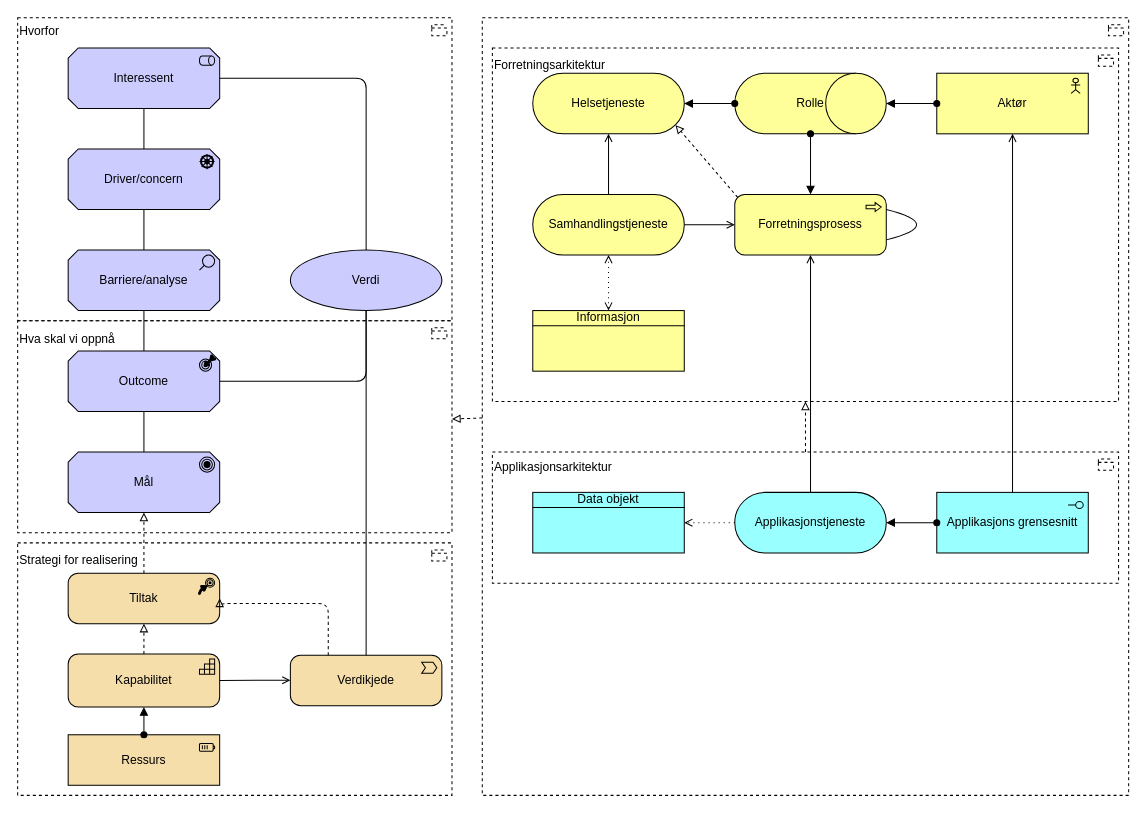
The draw.io diagram page "arkitekturmotivasjon" (1 of 2) of docs/why/arkitektur-motivasjon.drawio in hdir/Digital-Forstelinje, before the edit. Source tidied: cells renumbered, new cells numbered last; positions are measured from the earlier drawing's top-left corner, leaving out a move shared by most shapes. Both pictures are drawn from the tidied source at 101%, with x=0, y=0 at pixel (17, 17).
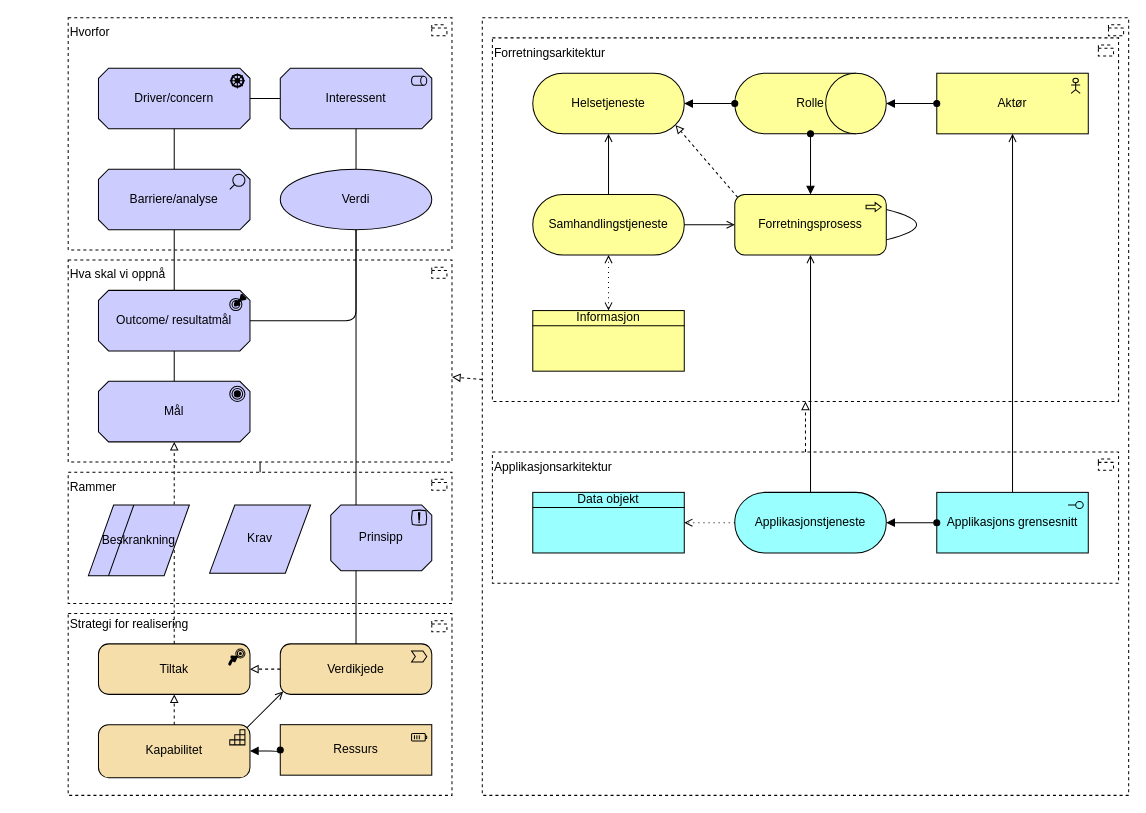
Above is the later version.

Diff of the diagram source:
```diff
@@
-    <mxCell id="3" value="&lt;div&gt;Forretningsarkitektur&lt;/div&gt;&lt;div&gt;&lt;br&gt;&lt;/div&gt;&lt;div&gt;&lt;br&gt;&lt;/div&gt;&lt;div&gt;&lt;br&gt;&lt;/div&gt;&lt;div&gt;&lt;br&gt;&lt;/div&gt;&lt;div&gt;&lt;br&gt;&lt;/div&gt;&lt;div&gt;&lt;br&gt;&lt;/div&gt;&lt;div&gt;&lt;br&gt;&lt;/div&gt;&lt;div&gt;&lt;br&gt;&lt;/div&gt;&lt;div&gt;&lt;br&gt;&lt;/div&gt;&lt;div&gt;&lt;br&gt;&lt;/div&gt;&lt;div&gt;&lt;br&gt;&lt;/div&gt;&lt;div&gt;&lt;br&gt;&lt;/div&gt;&lt;div&gt;&lt;br&gt;&lt;/div&gt;&lt;div&gt;&lt;br&gt;&lt;/div&gt;&lt;div&gt;&lt;br&gt;&lt;/div&gt;&lt;div&gt;&lt;br&gt;&lt;/div&gt;&lt;div&gt;&lt;br&gt;&lt;/div&gt;&lt;div&gt;&lt;br&gt;&lt;/div&gt;&lt;div&gt;&lt;br&gt;&lt;/div&gt;&lt;div&gt;&lt;br&gt;&lt;/div&gt;&lt;div&gt;&lt;br&gt;&lt;/div&gt;&lt;div&gt;&lt;br&gt;&lt;/div&gt;" style="html=1;outlineConnect=0;whiteSpace=wrap;shape=mxgraph.archimate3.application;appType=grouping;archiType=square;dashed=1;fillColor=none;align=left;" parent="1" vertex="1">
-      <mxGeometry x="470" y="30" width="620" height="350" as="geometry" />
+    <mxCell id="3" value="&lt;div&gt;Forretningsarkitektur&lt;/div&gt;&lt;div&gt;&lt;br&gt;&lt;/div&gt;&lt;div&gt;&lt;br&gt;&lt;/div&gt;&lt;div&gt;&lt;br&gt;&lt;/div&gt;&lt;div&gt;&lt;br&gt;&lt;/div&gt;&lt;div&gt;&lt;br&gt;&lt;/div&gt;&lt;div&gt;&lt;br&gt;&lt;/div&gt;&lt;div&gt;&lt;br&gt;&lt;/div&gt;&lt;div&gt;&lt;br&gt;&lt;/div&gt;&lt;div&gt;&lt;br&gt;&lt;/div&gt;&lt;div&gt;&lt;br&gt;&lt;/div&gt;&lt;div&gt;&lt;br&gt;&lt;/div&gt;&lt;div&gt;&lt;br&gt;&lt;/div&gt;&lt;div&gt;&lt;br&gt;&lt;/div&gt;&lt;div&gt;&lt;br&gt;&lt;/div&gt;&lt;div&gt;&lt;br&gt;&lt;/div&gt;&lt;div&gt;&lt;br&gt;&lt;/div&gt;&lt;div&gt;&lt;br&gt;&lt;/div&gt;&lt;div&gt;&lt;br&gt;&lt;/div&gt;&lt;div&gt;&lt;br&gt;&lt;/div&gt;&lt;div&gt;&lt;br&gt;&lt;/div&gt;&lt;div&gt;&lt;br&gt;&lt;/div&gt;&lt;div&gt;&lt;br&gt;&lt;/div&gt;&lt;div&gt;&lt;br&gt;&lt;/div&gt;" style="html=1;outlineConnect=0;whiteSpace=wrap;shape=mxgraph.archimate3.application;appType=grouping;archiType=square;dashed=1;fillColor=none;align=left;" parent="1" vertex="1">
+      <mxGeometry x="470" y="20" width="620" height="360" as="geometry" />
     </mxCell>
-    <mxCell id="4" value="Strategi for realisering&lt;div&gt;&lt;font color=&quot;#000000&quot;&gt;&lt;br&gt;&lt;/font&gt;&lt;/div&gt;&lt;div&gt;&lt;font color=&quot;#000000&quot;&gt;&lt;br&gt;&lt;/font&gt;&lt;/div&gt;&lt;div&gt;&lt;font color=&quot;#000000&quot;&gt;&lt;br&gt;&lt;/font&gt;&lt;div&gt;&lt;font color=&quot;#000000&quot;&gt;&lt;br&gt;&lt;/font&gt;&lt;/div&gt;&lt;div&gt;&lt;font color=&quot;#000000&quot;&gt;&lt;br&gt;&lt;/font&gt;&lt;/div&gt;&lt;div&gt;&lt;font color=&quot;#000000&quot;&gt;&lt;br&gt;&lt;/font&gt;&lt;/div&gt;&lt;div&gt;&lt;font color=&quot;#000000&quot;&gt;&lt;br&gt;&lt;/font&gt;&lt;/div&gt;&lt;div&gt;&lt;font color=&quot;#000000&quot;&gt;&lt;br&gt;&lt;/font&gt;&lt;/div&gt;&lt;div&gt;&lt;font color=&quot;#000000&quot;&gt;&lt;br&gt;&lt;/font&gt;&lt;/div&gt;&lt;div&gt;&lt;font color=&quot;#000000&quot;&gt;&lt;br&gt;&lt;/font&gt;&lt;/div&gt;&lt;div&gt;&lt;font color=&quot;#000000&quot;&gt;&lt;br&gt;&lt;/font&gt;&lt;/div&gt;&lt;div&gt;&lt;font color=&quot;#000000&quot;&gt;&lt;br&gt;&lt;/font&gt;&lt;div&gt;&lt;br&gt;&lt;/div&gt;&lt;div&gt;&lt;br&gt;&lt;/div&gt;&lt;div&gt;&lt;br&gt;&lt;/div&gt;&lt;/div&gt;&lt;/div&gt;" style="html=1;whiteSpace=wrap;shape=mxgraph.archimate3.application;appType=grouping;archiType=square;dashed=1;fillColor=none;align=left;" parent="1" vertex="1">
-      <mxGeometry y="520" width="430" height="250" as="geometry" />
+    <mxCell id="4" value="Strategi for realisering&lt;div&gt;&lt;div&gt;&lt;font color=&quot;#000000&quot;&gt;&lt;br&gt;&lt;/font&gt;&lt;/div&gt;&lt;div&gt;&lt;font color=&quot;#000000&quot;&gt;&lt;br&gt;&lt;/font&gt;&lt;/div&gt;&lt;div&gt;&lt;font color=&quot;#000000&quot;&gt;&lt;br&gt;&lt;/font&gt;&lt;/div&gt;&lt;div&gt;&lt;font color=&quot;#000000&quot;&gt;&lt;br&gt;&lt;/font&gt;&lt;/div&gt;&lt;div&gt;&lt;font color=&quot;#000000&quot;&gt;&lt;br&gt;&lt;/font&gt;&lt;/div&gt;&lt;div&gt;&lt;font color=&quot;#000000&quot;&gt;&lt;br&gt;&lt;/font&gt;&lt;/div&gt;&lt;div&gt;&lt;font color=&quot;#000000&quot;&gt;&lt;br&gt;&lt;/font&gt;&lt;/div&gt;&lt;div&gt;&lt;font color=&quot;#000000&quot;&gt;&lt;br&gt;&lt;/font&gt;&lt;div&gt;&lt;br&gt;&lt;/div&gt;&lt;div&gt;&lt;br&gt;&lt;/div&gt;&lt;div&gt;&lt;br&gt;&lt;/div&gt;&lt;/div&gt;&lt;/div&gt;" style="html=1;whiteSpace=wrap;shape=mxgraph.archimate3.application;appType=grouping;archiType=square;dashed=1;fillColor=none;align=left;" parent="1" vertex="1">
+      <mxGeometry x="50" y="590" width="380" height="180" as="geometry" />
     </mxCell>
     <mxCell id="5" value="Hva skal vi oppnå&lt;div&gt;&lt;font color=&quot;#000000&quot;&gt;&lt;br&gt;&lt;/font&gt;&lt;/div&gt;&lt;div&gt;&lt;font color=&quot;#000000&quot;&gt;&lt;br&gt;&lt;/font&gt;&lt;/div&gt;&lt;div&gt;&lt;font color=&quot;#000000&quot;&gt;&lt;br&gt;&lt;/font&gt;&lt;/div&gt;&lt;div&gt;&lt;font color=&quot;#000000&quot;&gt;&lt;br&gt;&lt;/font&gt;&lt;/div&gt;&lt;div&gt;&lt;font color=&quot;#000000&quot;&gt;&lt;br&gt;&lt;/font&gt;&lt;/div&gt;&lt;div&gt;&lt;font color=&quot;#000000&quot;&gt;&lt;br&gt;&lt;/font&gt;&lt;/div&gt;&lt;div&gt;&lt;font color=&quot;#000000&quot;&gt;&lt;br&gt;&lt;/font&gt;&lt;/div&gt;&lt;div&gt;&lt;font color=&quot;#000000&quot;&gt;&lt;br&gt;&lt;/font&gt;&lt;/div&gt;&lt;div&gt;&lt;font color=&quot;#000000&quot;&gt;&lt;br&gt;&lt;/font&gt;&lt;div&gt;&lt;br&gt;&lt;/div&gt;&lt;div&gt;&lt;br&gt;&lt;/div&gt;&lt;div&gt;&lt;br&gt;&lt;/div&gt;&lt;/div&gt;" style="html=1;outlineConnect=0;whiteSpace=wrap;shape=mxgraph.archimate3.application;appType=grouping;archiType=square;dashed=1;fillColor=none;align=left;" parent="1" vertex="1">
-      <mxGeometry y="300" width="430" height="210" as="geometry" />
+      <mxGeometry x="50" y="240" width="380" height="200" as="geometry" />
     </mxCell>
-    <mxCell id="6" value="Hvorfor&lt;div&gt;&lt;br&gt;&lt;/div&gt;&lt;div&gt;&lt;br&gt;&lt;/div&gt;&lt;div&gt;&lt;br&gt;&lt;/div&gt;&lt;div&gt;&lt;br&gt;&lt;/div&gt;&lt;div&gt;&lt;br&gt;&lt;/div&gt;&lt;div&gt;&lt;br&gt;&lt;/div&gt;&lt;div&gt;&lt;br&gt;&lt;/div&gt;&lt;div&gt;&lt;br&gt;&lt;/div&gt;&lt;div&gt;&lt;br&gt;&lt;/div&gt;&lt;div&gt;&lt;br&gt;&lt;/div&gt;&lt;div&gt;&lt;br&gt;&lt;/div&gt;&lt;div&gt;&lt;br&gt;&lt;/div&gt;&lt;div&gt;&lt;br&gt;&lt;/div&gt;&lt;div&gt;&lt;br&gt;&lt;/div&gt;&lt;div&gt;&lt;br&gt;&lt;/div&gt;&lt;div&gt;&lt;br&gt;&lt;/div&gt;&lt;div&gt;&lt;br&gt;&lt;/div&gt;&lt;div&gt;&lt;br&gt;&lt;/div&gt;&lt;div&gt;&lt;br&gt;&lt;/div&gt;" style="html=1;whiteSpace=wrap;shape=mxgraph.archimate3.application;appType=grouping;archiType=square;dashed=1;fillColor=none;align=left;" parent="1" vertex="1">
-      <mxGeometry width="430" height="300" as="geometry" />
+    <mxCell id="6" value="Hvorfor&lt;div&gt;&lt;br&gt;&lt;/div&gt;&lt;div&gt;&lt;br&gt;&lt;/div&gt;&lt;div&gt;&lt;br&gt;&lt;/div&gt;&lt;div&gt;&lt;br&gt;&lt;/div&gt;&lt;div&gt;&lt;br&gt;&lt;/div&gt;&lt;div&gt;&lt;br&gt;&lt;/div&gt;&lt;div&gt;&lt;br&gt;&lt;/div&gt;&lt;div&gt;&lt;br&gt;&lt;/div&gt;&lt;div&gt;&lt;br&gt;&lt;/div&gt;&lt;div&gt;&lt;br&gt;&lt;/div&gt;&lt;div&gt;&lt;br&gt;&lt;/div&gt;&lt;div&gt;&lt;br&gt;&lt;/div&gt;&lt;div&gt;&lt;br&gt;&lt;/div&gt;&lt;div&gt;&lt;br&gt;&lt;/div&gt;" style="html=1;whiteSpace=wrap;shape=mxgraph.archimate3.application;appType=grouping;archiType=square;dashed=1;fillColor=none;align=left;" parent="1" vertex="1">
+      <mxGeometry x="50" width="380" height="230" as="geometry" />
     </mxCell>
     <mxCell id="7" value="Driver/concern" style="html=1;outlineConnect=0;whiteSpace=wrap;fillColor=#CCCCFF;shape=mxgraph.archimate3.application;appType=driver;archiType=oct;" parent="1" vertex="1">
-      <mxGeometry x="50" y="130" width="150" height="60" as="geometry" />
+      <mxGeometry x="80" y="50" width="150" height="60" as="geometry" />
     </mxCell>
     <mxCell id="8" value="Interessent" style="html=1;outlineConnect=0;whiteSpace=wrap;fillColor=#CCCCFF;shape=mxgraph.archimate3.application;appType=role;archiType=oct;" parent="1" vertex="1">
-      <mxGeometry x="50" y="30" width="150" height="60" as="geometry" />
+      <mxGeometry x="260" y="50" width="150" height="60" as="geometry" />
     </mxCell>
     <mxCell id="9" value="Barriere/analyse" style="html=1;outlineConnect=0;whiteSpace=wrap;fillColor=#CCCCFF;shape=mxgraph.archimate3.application;appType=assess;archiType=oct;" parent="1" vertex="1">
-      <mxGeometry x="50" y="230" width="150" height="60" as="geometry" />
+      <mxGeometry x="80" y="150" width="150" height="60" as="geometry" />
     </mxCell>
-    <mxCell id="10" value="Outcome" style="html=1;outlineConnect=0;whiteSpace=wrap;fillColor=#CCCCFF;shape=mxgraph.archimate3.application;appType=outcome;archiType=oct;" parent="1" vertex="1">
-      <mxGeometry x="50" y="330" width="150" height="60" as="geometry" />
+    <mxCell id="10" value="Outcome/ resultatmål" style="html=1;outlineConnect=0;whiteSpace=wrap;fillColor=#CCCCFF;shape=mxgraph.archimate3.application;appType=outcome;archiType=oct;" parent="1" vertex="1">
+      <mxGeometry x="80" y="270" width="150" height="60" as="geometry" />
     </mxCell>
@@
-    <mxCell id="12" style="html=1;endArrow=none;elbow=vertical;exitX=0.5;exitY=0;exitDx=0;exitDy=0;exitPerimeter=0;entryX=0.5;entryY=1;entryDx=0;entryDy=0;entryPerimeter=0;" parent="1" edge="1" source="10" target="9">
-      <mxGeometry relative="1" as="geometry">
-        <Array as="points">
-          <mxPoint x="125" y="310" />
-        </Array>
-      </mxGeometry>
-    </mxCell>
-    <mxCell id="13" style="html=1;endArrow=none;elbow=vertical;exitX=0.5;exitY=1;exitDx=0;exitDy=0;exitPerimeter=0;entryX=0.5;entryY=0;entryDx=0;entryDy=0;entryPerimeter=0;" parent="1" edge="1" source="8" target="7">
+    <mxCell id="13" style="html=1;endArrow=none;elbow=vertical;exitX=0;exitY=0.5;exitDx=0;exitDy=0;exitPerimeter=0;entryX=1;entryY=0.5;entryDx=0;entryDy=0;entryPerimeter=0;" parent="1" edge="1" source="8" target="7">
       <mxGeometry relative="1" as="geometry" />
     </mxCell>
     <mxCell id="14" value="Mål" style="html=1;outlineConnect=0;whiteSpace=wrap;fillColor=#CCCCFF;shape=mxgraph.archimate3.application;appType=goal;archiType=oct;" parent="1" vertex="1">
-      <mxGeometry x="50" y="430" width="150" height="60" as="geometry" />
+      <mxGeometry x="80" y="360" width="150" height="60" as="geometry" />
     </mxCell>
@@
     <mxCell id="16" value="Verdi" style="shape=ellipse;html=1;whiteSpace=wrap;fillColor=#CCCCFF;" parent="1" vertex="1">
-      <mxGeometry x="270" y="230" width="150" height="60" as="geometry" />
+      <mxGeometry x="260" y="150" width="150" height="60" as="geometry" />
     </mxCell>
     <mxCell id="17" value="Verdikjede" style="html=1;outlineConnect=0;whiteSpace=wrap;fillColor=#F5DEAA;shape=mxgraph.archimate3.application;appType=valueStream;archiType=rounded;" parent="1" vertex="1">
-      <mxGeometry x="270" y="631.2" width="150" height="50" as="geometry" />
+      <mxGeometry x="260" y="620" width="150" height="50" as="geometry" />
     </mxCell>
     <mxCell id="18" value="Kapabilitet" style="html=1;outlineConnect=0;whiteSpace=wrap;fillColor=#F5DEAA;shape=mxgraph.archimate3.application;appType=capability;archiType=rounded;" parent="1" vertex="1">
-      <mxGeometry x="50" y="630" width="150" height="52.5" as="geometry" />
+      <mxGeometry x="80" y="700" width="150" height="52.5" as="geometry" />
     </mxCell>
     <mxCell id="19" value="Tiltak" style="html=1;outlineConnect=0;whiteSpace=wrap;fillColor=#F5DEAA;shape=mxgraph.archimate3.application;appType=course;archiType=rounded;" parent="1" vertex="1">
-      <mxGeometry x="50" y="550" width="150" height="50" as="geometry" />
+      <mxGeometry x="80" y="620" width="150" height="50" as="geometry" />
     </mxCell>
     <mxCell id="20" value="Ressurs" style="html=1;outlineConnect=0;whiteSpace=wrap;fillColor=#F5DEAA;shape=mxgraph.archimate3.application;appType=resource;archiType=square;" parent="1" vertex="1">
-      <mxGeometry x="50" y="710" width="150" height="50" as="geometry" />
+      <mxGeometry x="260" y="700" width="150" height="50" as="geometry" />
     </mxCell>
@@
-    <mxCell id="26" style="html=1;endArrow=none;elbow=vertical;entryX=1;entryY=0.5;entryDx=0;entryDy=0;exitX=0.5;exitY=0;exitDx=0;exitDy=0;entryPerimeter=0;edgeStyle=orthogonalEdgeStyle;" parent="1" edge="1" source="16" target="8">
+    <mxCell id="26" style="html=1;endArrow=none;elbow=vertical;entryX=0.5;entryY=1;entryDx=0;entryDy=0;exitX=0.5;exitY=0;exitDx=0;exitDy=0;entryPerimeter=0;edgeStyle=orthogonalEdgeStyle;" parent="1" edge="1" source="16" target="8">
       <mxGeometry relative="1" as="geometry" />
     </mxCell>
@@
-    <mxCell id="45" style="edgeStyle=elbowEdgeStyle;html=1;endArrow=block;elbow=vertical;endFill=0;dashed=1;entryX=1;entryY=0.5;entryDx=0;entryDy=0;entryPerimeter=0;exitX=0.25;exitY=0;exitDx=0;exitDy=0;exitPerimeter=0;" parent="1" edge="1" source="17" target="19">
-      <mxGeometry relative="1" as="geometry">
-        <Array as="points">
-          <mxPoint x="260" y="580" />
-        </Array>
-      </mxGeometry>
+    <mxCell id="45" style="html=1;endArrow=block;elbow=vertical;endFill=0;dashed=1;entryX=1;entryY=0.5;entryDx=0;entryDy=0;entryPerimeter=0;exitX=0;exitY=0.5;exitDx=0;exitDy=0;exitPerimeter=0;" parent="1" edge="1" source="17" target="19">
+      <mxGeometry relative="1" as="geometry" />
     </mxCell>
-    <mxCell id="46" style="edgeStyle=elbowEdgeStyle;html=1;endArrow=open;elbow=vertical;endFill=1;exitX=1;exitY=0.5;exitDx=0;exitDy=0;exitPerimeter=0;entryX=0;entryY=0.5;entryDx=0;entryDy=0;entryPerimeter=0;" parent="1" edge="1" source="18" target="17">
+    <mxCell id="46" style="html=1;endArrow=open;elbow=vertical;endFill=1;entryX=0;entryY=1;entryDx=2.9;entryDy=-2.9;entryPerimeter=0;exitX=1;exitY=0;exitDx=-2.9;exitDy=2.9;exitPerimeter=0;" parent="1" edge="1" source="18" target="17">
       <mxGeometry relative="1" as="geometry" />
     </mxCell>
-    <mxCell id="47" style="endArrow=block;html=1;endFill=1;startArrow=oval;startFill=1;edgeStyle=elbowEdgeStyle;elbow=vertical;entryX=0.5;entryY=1;entryDx=0;entryDy=0;entryPerimeter=0;exitX=0.5;exitY=0;exitDx=0;exitDy=0;exitPerimeter=0;" parent="1" edge="1" source="20" target="18">
+    <mxCell id="47" style="endArrow=block;html=1;endFill=1;startArrow=oval;startFill=1;edgeStyle=elbowEdgeStyle;elbow=vertical;entryX=1;entryY=0.5;entryDx=0;entryDy=0;entryPerimeter=0;exitX=0;exitY=0.5;exitDx=0;exitDy=0;exitPerimeter=0;" parent="1" edge="1" source="20" target="18">
       <mxGeometry relative="1" as="geometry" />
     </mxCell>
@@
+    <mxCell id="53" value="Rammer&lt;div&gt;&lt;font color=&quot;#000000&quot;&gt;&lt;br&gt;&lt;/font&gt;&lt;/div&gt;&lt;div&gt;&lt;font color=&quot;#000000&quot;&gt;&lt;br&gt;&lt;/font&gt;&lt;/div&gt;&lt;div&gt;&lt;font color=&quot;#000000&quot;&gt;&lt;br&gt;&lt;/font&gt;&lt;/div&gt;&lt;div&gt;&lt;font color=&quot;#000000&quot;&gt;&lt;br&gt;&lt;/font&gt;&lt;div&gt;&lt;br&gt;&lt;/div&gt;&lt;div&gt;&lt;br&gt;&lt;/div&gt;&lt;div&gt;&lt;br&gt;&lt;/div&gt;&lt;/div&gt;" style="html=1;outlineConnect=0;whiteSpace=wrap;shape=mxgraph.archimate3.application;appType=grouping;archiType=square;dashed=1;fillColor=none;align=left;" parent="1" vertex="1">
+      <mxGeometry x="50" y="450" width="380" height="130" as="geometry" />
+    </mxCell>
+    <mxCell id="54" value="Prinsipp" style="html=1;whiteSpace=wrap;fillColor=#CCCCFF;shape=mxgraph.archimate3.application;appType=principle;archiType=oct;" parent="1" vertex="1">
+      <mxGeometry x="310" y="482.5" width="100" height="65" as="geometry" />
+    </mxCell>
+    <mxCell id="55" value="Krav" style="html=1;whiteSpace=wrap;fillColor=#CCCCFF;shape=mxgraph.archimate3.requirement;" parent="1" vertex="1">
+      <mxGeometry x="190" y="482.5" width="100" height="67.5" as="geometry" />
+    </mxCell>
+    <mxCell id="56" value="Beskrankning" style="html=1;whiteSpace=wrap;fillColor=#CCCCFF;shape=mxgraph.archimate3.constraint;" parent="1" vertex="1">
+      <mxGeometry x="70" y="482.5" width="100" height="70" as="geometry" />
+    </mxCell>
+    <mxCell id="57" style="html=1;endArrow=none;elbow=vertical;exitX=0.5;exitY=1;exitDx=0;exitDy=0;exitPerimeter=0;entryX=0.5;entryY=0;entryDx=0;entryDy=0;entryPerimeter=0;" parent="1" edge="1" source="9" target="10">
+      <mxGeometry relative="1" as="geometry" />
+    </mxCell>
+    <mxCell id="58" style="html=1;endArrow=none;elbow=vertical;exitX=0.5;exitY=1;exitDx=0;exitDy=0;exitPerimeter=0;entryX=0.5;entryY=0;entryDx=0;entryDy=0;entryPerimeter=0;" parent="1" edge="1" source="5" target="53">
+      <mxGeometry relative="1" as="geometry" />
+    </mxCell>
```
